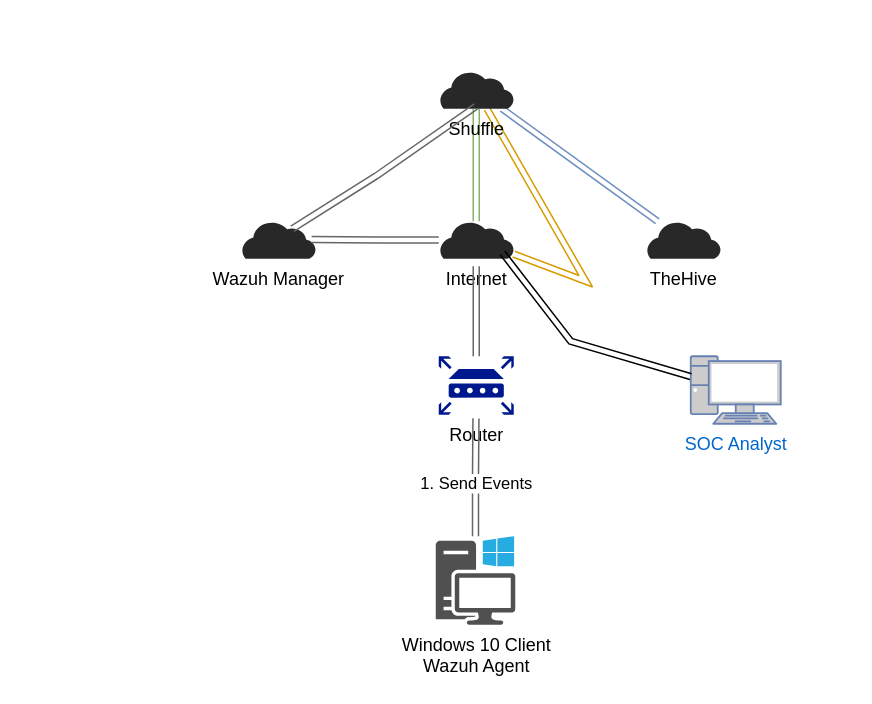
Before: Диаграмма без названия.drawio in Jeesire/SOC-Automation-Project, a draw.io diagram. Source tidied: cells renumbered, new cells numbered last; positions are measured from the earlier drawing's top-left corner, leaving out a move shared by most shapes. Both pictures are drawn from the tidied source at 150%, with x=0, y=0 at pixel (240, 70).
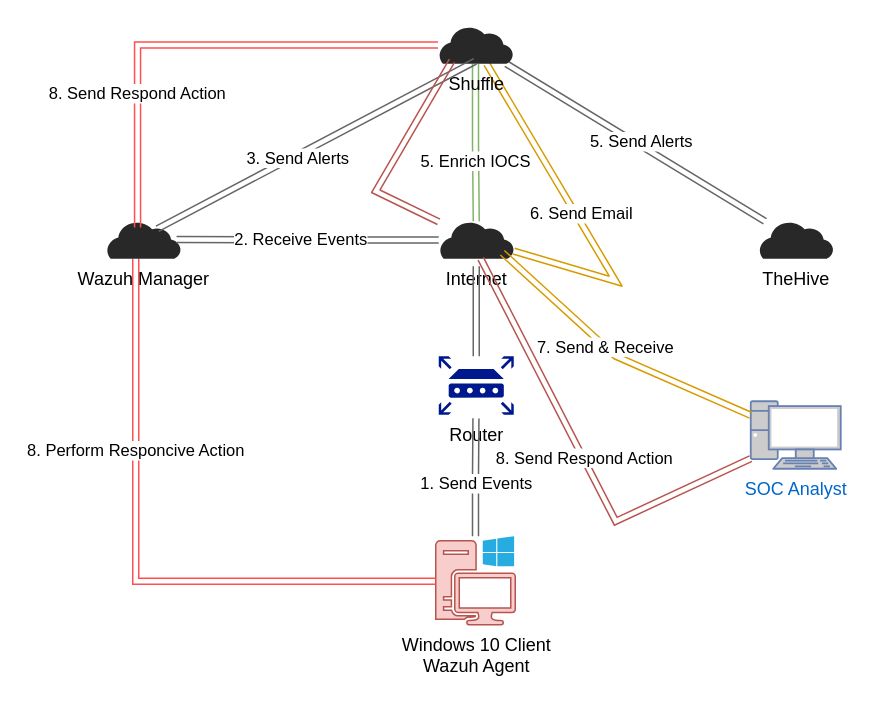
After the change.

Unchanged cells that the change refers to:
```xml
<mxCell id="4" value="Internet" style="verticalLabelPosition=bottom;sketch=0;html=1;fillColor=#282828;strokeColor=none;verticalAlign=top;align=center;shape=mxgraph.cisco_safe.iot_things_icons.icon27;" parent="1" vertex="1">
  <mxGeometry x="132" y="100" width="50" height="25" as="geometry" />
</mxCell>
<mxCell id="7" style="edgeStyle=orthogonalEdgeStyle;rounded=0;jettySize=auto;html=1;shape=link;fillColor=#d5e8d4;strokeColor=#82b366;" parent="1" edge="1" source="10" target="4">
  <mxGeometry relative="1" as="geometry" />
</mxCell>
<mxCell id="15" style="edgeStyle=orthogonalEdgeStyle;rounded=0;jettySize=auto;html=1;entryX=0.944;entryY=0.488;entryDx=0;entryDy=0;entryPerimeter=0;shape=link;fillColor=#f5f5f5;strokeColor=#666666;" parent="1" edge="1" source="4" target="5">
  <mxGeometry relative="1" as="geometry" />
</mxCell>
```

What changed in the source:
```diff
@@
-    <mxCell id="2" value="Windows 10 Client&lt;div&gt;Wazuh Agent&lt;/div&gt;" style="sketch=0;shadow=0;dashed=0;html=1;strokeColor=none;fillColor=#505050;labelPosition=center;verticalLabelPosition=bottom;verticalAlign=top;outlineConnect=0;align=center;shape=mxgraph.office.devices.workstation_pc;" parent="1" vertex="1">
+    <mxCell id="2" value="Windows 10 Client&lt;div&gt;Wazuh Agent&lt;/div&gt;" style="sketch=0;shadow=0;dashed=0;html=1;strokeColor=#b85450;fillColor=#f8cecc;labelPosition=center;verticalLabelPosition=bottom;verticalAlign=top;outlineConnect=0;align=center;shape=mxgraph.office.devices.workstation_pc;" parent="1" vertex="1">
       <mxGeometry x="130" y="310" width="53" height="59" as="geometry" />
     </mxCell>
@@
+    <mxCell id="18" style="edgeStyle=orthogonalEdgeStyle;rounded=0;jettySize=auto;html=1;shape=link;strokeColor=#FF4F4F;" parent="1" edge="1" source="5" target="2">
+      <mxGeometry relative="1" as="geometry">
+        <Array as="points">
+          <mxPoint x="-70" y="340" />
+        </Array>
+      </mxGeometry>
+    </mxCell>
+    <mxCell id="19" value="8. Perform Responcive Action" style="edgeLabel;html=1;align=center;verticalAlign=middle;" parent="18" vertex="1">
+      <mxGeometry x="-0.39" y="-1" relative="1" as="geometry" />
+    </mxCell>
     <mxCell id="5" value="Wazuh Manager" style="verticalLabelPosition=bottom;sketch=0;html=1;fillColor=#282828;strokeColor=none;verticalAlign=top;align=center;shape=mxgraph.cisco_safe.iot_things_icons.icon27;" parent="1" vertex="1">
-      <mxGeometry y="100" width="50" height="25" as="geometry" />
+      <mxGeometry x="-90" y="100" width="50" height="25" as="geometry" />
     </mxCell>
     <mxCell id="6" value="TheHive" style="verticalLabelPosition=bottom;sketch=0;html=1;fillColor=#282828;strokeColor=none;verticalAlign=top;align=center;shape=mxgraph.cisco_safe.iot_things_icons.icon27;" parent="1" vertex="1">
-      <mxGeometry x="270" y="100" width="50" height="25" as="geometry" />
+      <mxGeometry x="345" y="100" width="50" height="25" as="geometry" />
     </mxCell>
@@
+    <mxCell id="20" value="5. Enrich IOCS&amp;nbsp;" style="edgeLabel;html=1;align=center;verticalAlign=middle;" parent="7" vertex="1">
+      <mxGeometry x="0.24" relative="1" as="geometry" />
+    </mxCell>
-    <mxCell id="8" style="rounded=0;jettySize=auto;html=1;shape=link;fillColor=#dae8fc;strokeColor=#6c8ebf;" parent="1" edge="1" source="10" target="6">
+    <mxCell id="8" style="rounded=0;jettySize=auto;html=1;shape=link;fillColor=#f5f5f5;strokeColor=#666666;" parent="1" edge="1" source="10" target="6">
       <mxGeometry relative="1" as="geometry" />
     </mxCell>
+    <mxCell id="21" value="5. Send Alerts" style="edgeLabel;html=1;align=center;verticalAlign=middle;" parent="8" vertex="1">
+      <mxGeometry x="0.03" y="2" relative="1" as="geometry">
+        <mxPoint y="-1" as="offset" />
+      </mxGeometry>
+    </mxCell>
     <mxCell id="9" style="rounded=0;jettySize=auto;html=1;elbow=vertical;shape=link;fillColor=#ffe6cc;strokeColor=#d79b00;" parent="1" edge="1" source="10" target="4">
       <mxGeometry relative="1" as="geometry">
         <Array as="points">
-          <mxPoint x="230" y="140" />
+          <mxPoint x="250" y="140" />
         </Array>
       </mxGeometry>
     </mxCell>
+    <mxCell id="22" value="6. Send Email" style="edgeLabel;html=1;align=center;verticalAlign=middle;" parent="9" vertex="1">
+      <mxGeometry x="-0.02" y="3" relative="1" as="geometry" />
+    </mxCell>
     <mxCell id="10" value="Shuffle" style="verticalLabelPosition=bottom;sketch=0;html=1;fillColor=#282828;strokeColor=none;verticalAlign=top;align=center;shape=mxgraph.cisco_safe.iot_things_icons.icon27;" parent="1" vertex="1">
-      <mxGeometry x="132" width="50" height="25" as="geometry" />
+      <mxGeometry x="131.5" y="-30" width="50" height="25" as="geometry" />
     </mxCell>
     <mxCell id="11" value="SOC Analyst" style="fontColor=#0066CC;verticalAlign=top;verticalLabelPosition=bottom;labelPosition=center;align=center;html=1;outlineConnect=0;fillColor=#CCCCCC;strokeColor=#6881B3;gradientColor=none;gradientDirection=north;strokeWidth=2;shape=mxgraph.networks.pc;" parent="1" vertex="1">
-      <mxGeometry x="300" y="190" width="60" height="45" as="geometry" />
+      <mxGeometry x="340" y="220" width="60" height="45" as="geometry" />
     </mxCell>
@@
+    <mxCell id="23" value="2. Receive Events" style="edgeLabel;html=1;align=center;verticalAlign=middle;" parent="15" vertex="1">
+      <mxGeometry x="0.06" y="-1" relative="1" as="geometry" />
+    </mxCell>
     <mxCell id="16" style="rounded=0;jettySize=auto;html=1;entryX=0.496;entryY=0.936;entryDx=0;entryDy=0;entryPerimeter=0;fillColor=#f5f5f5;strokeColor=#666666;shape=link;exitX=0.688;exitY=0.2;exitDx=0;exitDy=0;exitPerimeter=0;" parent="1" edge="1" source="5" target="10">
-      <mxGeometry relative="1" as="geometry">
-        <Array as="points">
-          <mxPoint x="90" y="70" />
-        </Array>
-      </mxGeometry>
+      <mxGeometry relative="1" as="geometry" />
     </mxCell>
+    <mxCell id="24" value="3. Send Alerts" style="edgeLabel;html=1;align=center;verticalAlign=middle;" parent="16" vertex="1">
+      <mxGeometry x="-0.13" y="-2" relative="1" as="geometry">
+        <mxPoint y="-1" as="offset" />
+      </mxGeometry>
+    </mxCell>
-    <mxCell id="17" style="rounded=0;jettySize=auto;html=1;entryX=0.848;entryY=0.84;entryDx=0;entryDy=0;entryPerimeter=0;shape=link;" parent="1" edge="1" source="11" target="4">
+    <mxCell id="17" style="rounded=0;jettySize=auto;html=1;entryX=0.848;entryY=0.84;entryDx=0;entryDy=0;entryPerimeter=0;shape=link;fillColor=#ffe6cc;strokeColor=#d79b00;" parent="1" edge="1" source="11" target="4">
       <mxGeometry relative="1" as="geometry">
         <Array as="points">
-          <mxPoint x="220" y="180" />
+          <mxPoint x="250" y="190" />
         </Array>
       </mxGeometry>
     </mxCell>
+    <mxCell id="25" value="7. Send &amp;amp; Receive" style="edgeLabel;html=1;align=center;verticalAlign=middle;" parent="17" vertex="1">
+      <mxGeometry x="0.08" relative="1" as="geometry" />
+    </mxCell>
+    <mxCell id="26" style="rounded=0;jettySize=auto;html=1;entryX=0.816;entryY=0.84;entryDx=0;entryDy=0;entryPerimeter=0;shape=link;fillColor=#f8cecc;strokeColor=#b85450;gradientColor=#ea6b66;exitX=0;exitY=0.85;exitDx=0;exitDy=0;exitPerimeter=0;" parent="1" edge="1" source="11">
+      <mxGeometry relative="1" as="geometry">
+        <mxPoint x="160" y="125" as="targetPoint" />
+        <Array as="points">
+          <mxPoint x="250" y="300" />
+        </Array>
+      </mxGeometry>
+    </mxCell>
+    <mxCell id="27" value="8. Send Respond Action" style="edgeLabel;html=1;align=center;verticalAlign=middle;" parent="26" vertex="1">
+      <mxGeometry x="-0.01" relative="1" as="geometry" />
+    </mxCell>
+    <mxCell id="28" style="rounded=0;jettySize=auto;html=1;entryX=0.186;entryY=0.92;entryDx=0;entryDy=0;entryPerimeter=0;shape=link;fillColor=#f8cecc;strokeColor=#b85450;" parent="1" edge="1" source="4" target="10">
+      <mxGeometry relative="1" as="geometry">
+        <Array as="points">
+          <mxPoint x="90" y="80" />
+        </Array>
+      </mxGeometry>
+    </mxCell>
+    <mxCell id="29" style="edgeStyle=orthogonalEdgeStyle;rounded=0;jettySize=auto;html=1;entryX=0.424;entryY=0.168;entryDx=0;entryDy=0;entryPerimeter=0;shape=link;fillColor=#f8cecc;strokeColor=#FF4F4F;" parent="1" edge="1" source="10" target="5">
+      <mxGeometry relative="1" as="geometry" />
+    </mxCell>
+    <mxCell id="30" value="8. Send Respond Action" style="edgeLabel;html=1;align=center;verticalAlign=middle;" parent="29" vertex="1">
+      <mxGeometry x="0.44" y="-1" relative="1" as="geometry" />
+    </mxCell>
```
